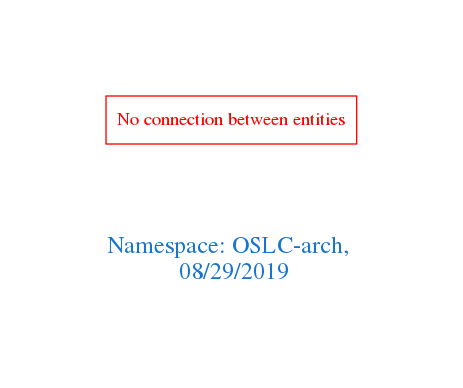
Earlier version of the Graphviz export downloads/OSLC-arch.png (arago/OGIT). Its source is kept beside it as downloads/OSLC-arch.dot.
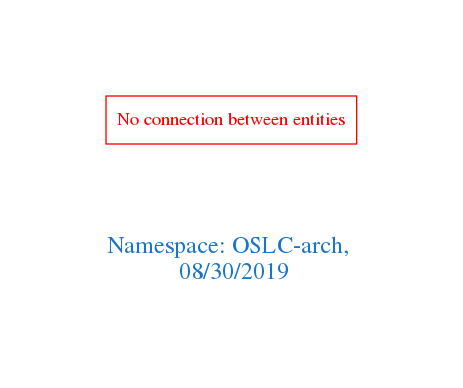
The same file after the commit.

The edit, as a diff of the source:
```diff
@@ -1,7 +1,7 @@
 digraph OGIT_ontology {
  graph [ rankdir= LR,pad=1
 fontsize = 18,
-fontcolor= dodgerblue3,label = "\n\n\nNamespace: OSLC-arch, \n 08/29/2019"];
+fontcolor= dodgerblue3,label = "\n\n\nNamespace: OSLC-arch, \n 08/30/2019"];
 node[shape=polygon];
 edge [  color="gray81"];
 
```
